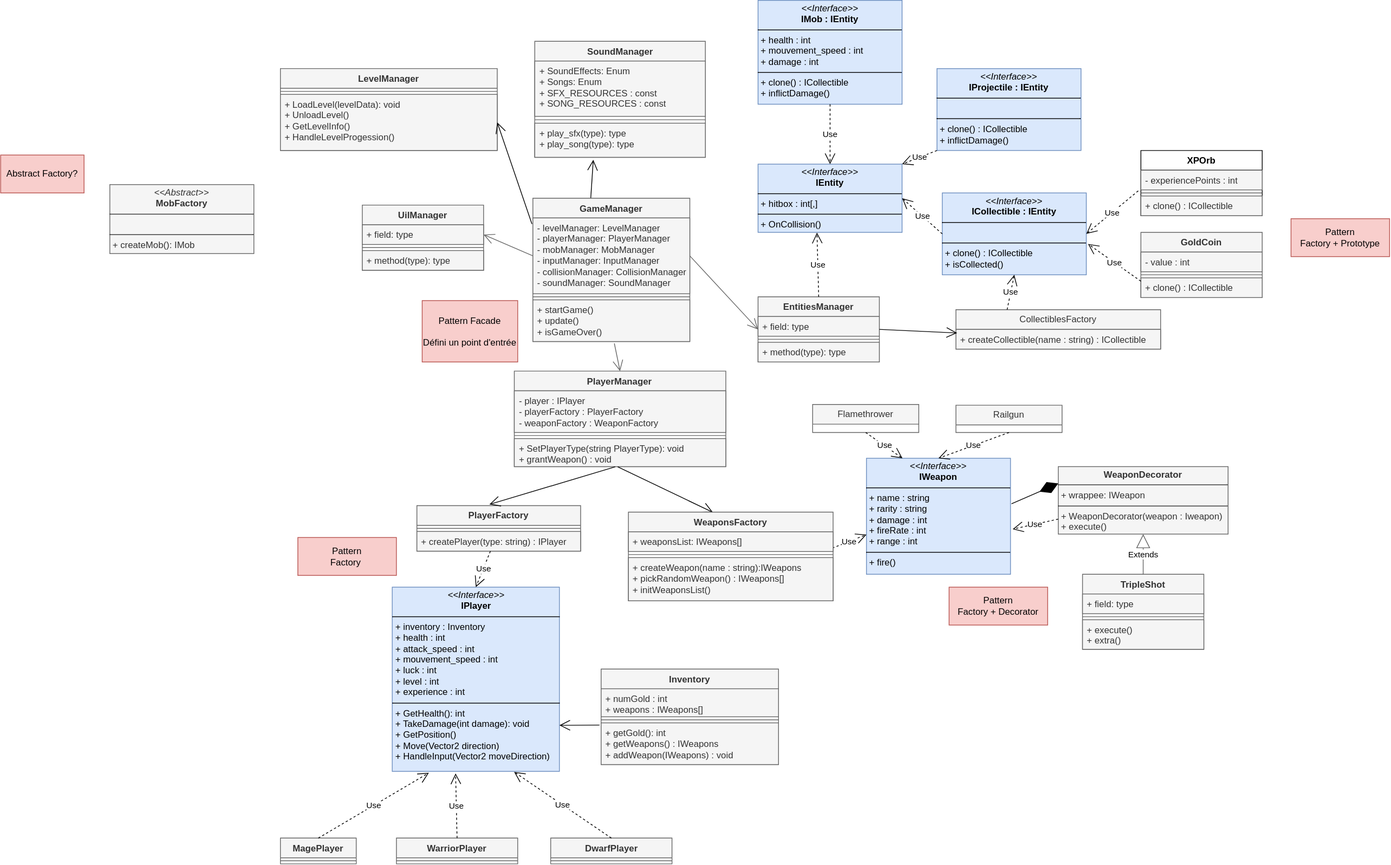
This is class_diagram.drawio.svg from CNAM-gaming/vampire_survivors, a draw.io export, as it was before one commit. Source tidied: cells renumbered, new cells last; positions are measured from the earlier drawing's top-left corner, leaving out a move shared by most shapes.
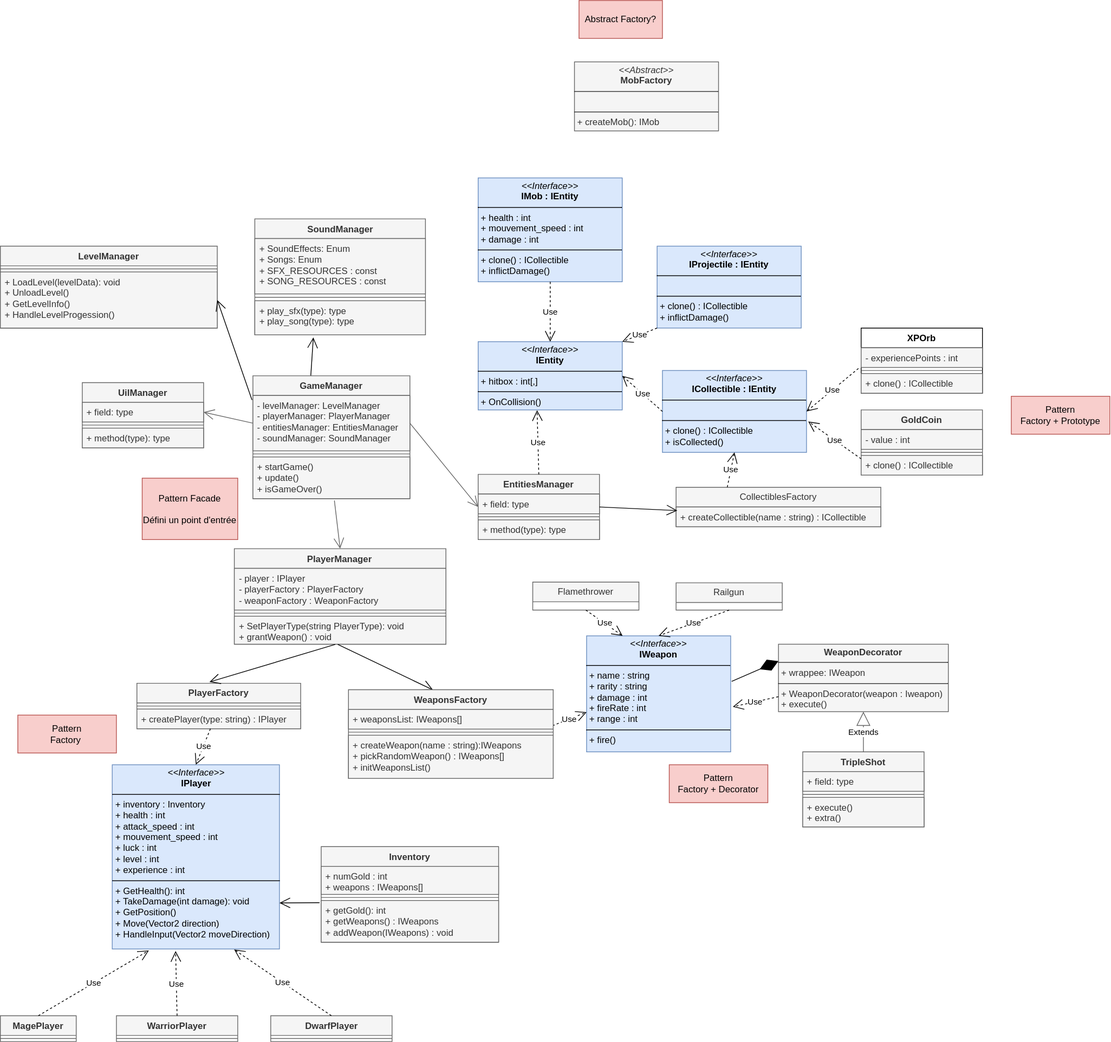
Later version of the same file.

Commit message:
Mettre à jour class_diagram.drawio.svg

What changed in the source:
```diff
@@ -57,7 +57,7 @@
       <mxGeometry relative="1" as="geometry" />
     </mxCell>
     <mxCell id="20" value="&lt;p style=&quot;margin:0px;margin-top:4px;text-align:center;&quot;&gt;&lt;i&gt;&amp;lt;&amp;lt;Abstract&amp;gt;&amp;gt;&lt;/i&gt;&lt;br&gt;&lt;b&gt;MobFactory&lt;/b&gt;&lt;/p&gt;&lt;hr size=&quot;1&quot; style=&quot;border-style:solid;&quot;&gt;&lt;p style=&quot;margin:0px;margin-left:4px;&quot;&gt;&lt;br&gt;&lt;/p&gt;&lt;hr size=&quot;1&quot; style=&quot;border-style:solid;&quot;&gt;&lt;p style=&quot;margin:0px;margin-left:4px;&quot;&gt;+ createMob(): IMob&lt;/p&gt;" style="verticalAlign=top;align=left;overflow=fill;html=1;whiteSpace=wrap;fillColor=#f5f5f5;fontColor=#333333;strokeColor=#666666;" parent="1" vertex="1">
-      <mxGeometry x="144" y="243" width="190" height="91" as="geometry" />
+      <mxGeometry x="1126" y="-153" width="190" height="91" as="geometry" />
     </mxCell>
     <mxCell id="21" value="SoundManager&lt;div&gt;&lt;br&gt;&lt;/div&gt;" style="swimlane;fontStyle=1;align=center;verticalAlign=top;horizontal=1;startSize=26;whiteSpace=wrap;html=1;fillColor=#f5f5f5;fontColor=#333333;strokeColor=#666666;" parent="1" vertex="1">
       <mxGeometry x="704.5" y="54" width="225" height="153" as="geometry" />
@@ -108,16 +108,16 @@
       <mxGeometry x="1242" y="254" width="190" height="108" as="geometry" />
     </mxCell>
     <mxCell id="37" value="GameManager&lt;div&gt;&lt;br&gt;&lt;/div&gt;" style="swimlane;fontStyle=1;align=center;verticalAlign=top;horizontal=1;startSize=26;whiteSpace=wrap;html=1;fillColor=#f5f5f5;fontColor=#333333;strokeColor=#666666;" parent="1" vertex="1">
-      <mxGeometry x="702" y="261" width="207" height="189" as="geometry" />
+      <mxGeometry x="702" y="261" width="207" height="162" as="geometry" />
     </mxCell>
-    <mxCell id="38" value="- levelManager: LevelManager&lt;div&gt;- playerManager: PlayerManager&lt;/div&gt;&lt;div&gt;- mobManager: MobManager&lt;/div&gt;&lt;div&gt;- inputManager: InputManager&lt;/div&gt;&lt;div&gt;- collisionManager: CollisionManager&lt;/div&gt;&lt;div&gt;- soundManager: SoundManager&lt;br&gt;&lt;div&gt;&lt;br&gt;&lt;/div&gt;&lt;/div&gt;" style="text;strokeColor=#666666;fillColor=#f5f5f5;align=left;verticalAlign=top;spacingLeft=4;spacingRight=4;overflow=hidden;points=[[0,0.5],[1,0.5]];portConstraint=eastwest;whiteSpace=wrap;html=1;fontColor=#333333;" parent="37" vertex="1">
-      <mxGeometry y="26" width="207" height="100" as="geometry" />
+    <mxCell id="38" value="- levelManager: LevelManager&lt;div&gt;- playerManager: PlayerManager&lt;/div&gt;&lt;div&gt;- entitiesManager: EntitiesManager&lt;/div&gt;&lt;div&gt;- soundManager: SoundManager&lt;br&gt;&lt;div&gt;&lt;br&gt;&lt;/div&gt;&lt;/div&gt;" style="text;strokeColor=#666666;fillColor=#f5f5f5;align=left;verticalAlign=top;spacingLeft=4;spacingRight=4;overflow=hidden;points=[[0,0.5],[1,0.5]];portConstraint=eastwest;whiteSpace=wrap;html=1;fontColor=#333333;" parent="37" vertex="1">
+      <mxGeometry y="26" width="207" height="73" as="geometry" />
     </mxCell>
     <mxCell id="39" style="line;strokeWidth=1;fillColor=#f5f5f5;align=left;verticalAlign=middle;spacingTop=-1;spacingLeft=3;spacingRight=3;labelPosition=right;strokeColor=#666666;fontColor=#333333;" parent="37" vertex="1">
-      <mxGeometry y="126" width="207" height="8" as="geometry" />
+      <mxGeometry y="99" width="207" height="8" as="geometry" />
     </mxCell>
     <mxCell id="40" value="+ startGame()&lt;div&gt;+ update()&lt;/div&gt;&lt;div&gt;+ isGameOver()&lt;/div&gt;" style="text;strokeColor=#666666;fillColor=#f5f5f5;align=left;verticalAlign=top;spacingLeft=4;spacingRight=4;overflow=hidden;points=[[0,0.5],[1,0.5]];portConstraint=eastwest;whiteSpace=wrap;html=1;fontColor=#333333;" parent="37" vertex="1">
-      <mxGeometry y="134" width="207" height="55" as="geometry" />
+      <mxGeometry y="107" width="207" height="55" as="geometry" />
     </mxCell>
     <mxCell id="41" value="LevelManager&lt;div&gt;&lt;br&gt;&lt;/div&gt;" style="swimlane;fontStyle=1;align=center;verticalAlign=top;horizontal=1;startSize=26;whiteSpace=wrap;html=1;fillColor=#f5f5f5;fontColor=#333333;strokeColor=#666666;" parent="1" vertex="1">
       <mxGeometry x="369" y="90" width="286" height="108" as="geometry" />
@@ -174,7 +174,7 @@
       <mxGeometry x="1251" y="774" width="130" height="50" as="geometry" />
     </mxCell>
     <mxCell id="59" value="Abstract Factory?" style="html=1;whiteSpace=wrap;fillColor=#f8cecc;strokeColor=#b85450;" parent="1" vertex="1">
-      <mxGeometry y="204" width="110" height="50" as="geometry" />
+      <mxGeometry x="1132" y="-234" width="110" height="50" as="geometry" />
     </mxCell>
     <mxCell id="60" style="endArrow=open;endFill=1;endSize=12;html=1;rounded=0;exitX=0.519;exitY=1.045;exitDx=0;exitDy=0;exitPerimeter=0;entryX=0.5;entryY=0;entryDx=0;entryDy=0;fillColor=#f5f5f5;strokeColor=#666666;" parent="1" edge="1" source="40" target="48">
       <mxGeometry relative="1" as="geometry" />
```
